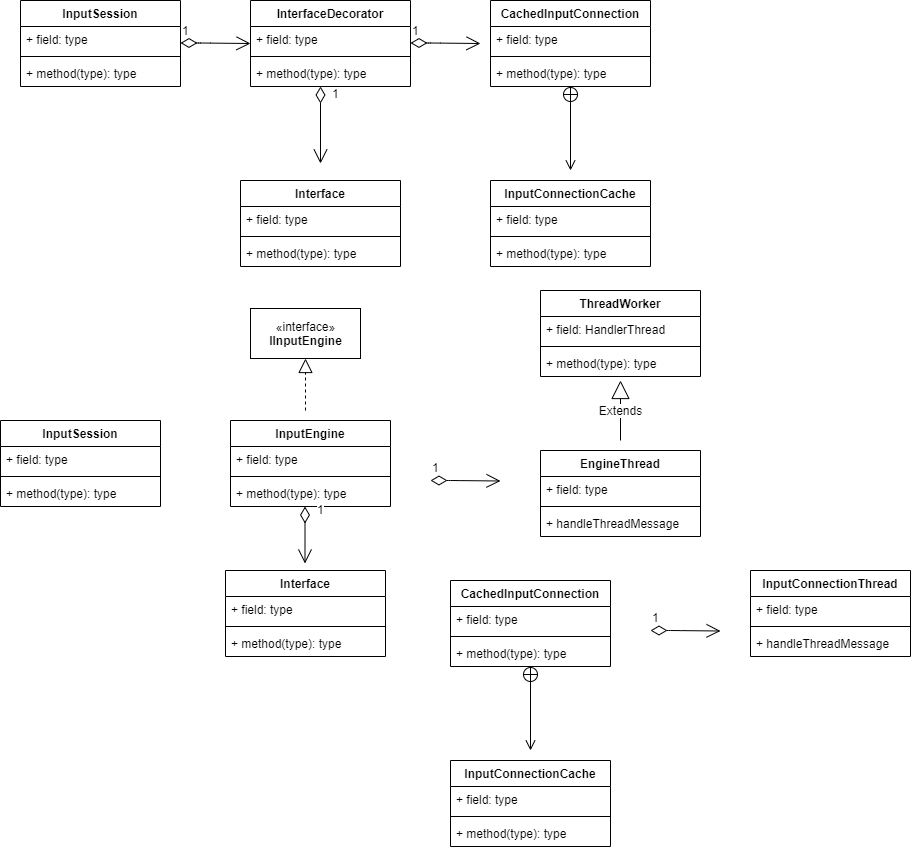
Above: input/foreign-input-improve.png in chonglv/charts (draw.io), before the change. Source tidied: cells renumbered, new cells last; positions are measured from the earlier drawing's top-left corner, leaving out a move shared by most shapes.
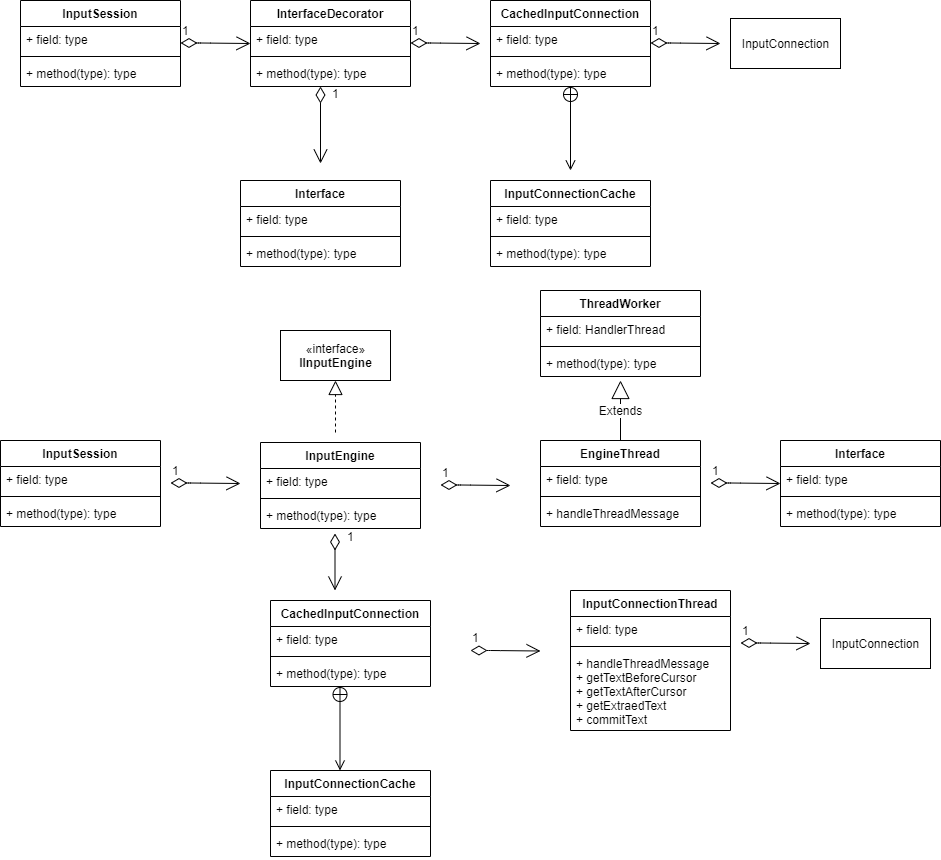
Later version of the same file.

Diff of the diagram source:
```diff
@@ -71,7 +71,7 @@
       </mxGeometry>
     </mxCell>
     <mxCell id="20" value="InputSession" style="swimlane;fontStyle=1;align=center;verticalAlign=top;horizontal=1;startSize=26;" parent="1" vertex="1">
-      <mxGeometry y="420" width="160" height="86" as="geometry" />
+      <mxGeometry y="440" width="160" height="86" as="geometry" />
     </mxCell>
     <mxCell id="21" value="+ field: type" style="text;strokeColor=none;fillColor=none;align=left;verticalAlign=top;spacingLeft=4;spacingRight=4;overflow=hidden;" parent="20" vertex="1">
       <mxGeometry y="26" width="160" height="26" as="geometry" />
@@ -104,7 +104,7 @@
       </mxGeometry>
     </mxCell>
     <mxCell id="29" value="InputEngine" style="swimlane;fontStyle=1;align=center;verticalAlign=top;horizontal=1;startSize=26;" parent="1" vertex="1">
-      <mxGeometry x="230" y="420" width="160" height="86" as="geometry" />
+      <mxGeometry x="260" y="442" width="160" height="86" as="geometry" />
     </mxCell>
     <mxCell id="30" value="+ field: type" style="text;strokeColor=none;fillColor=none;align=left;verticalAlign=top;spacingLeft=4;spacingRight=4;overflow=hidden;" parent="29" vertex="1">
       <mxGeometry y="26" width="160" height="26" as="geometry" />
@@ -128,15 +128,15 @@
       <mxGeometry y="60" width="160" height="26" as="geometry" />
     </mxCell>
     <mxCell id="37" value="«interface»&lt;br&gt;&lt;b&gt;IInputEngine&lt;/b&gt;" style="html=1;" parent="1" vertex="1">
-      <mxGeometry x="250" y="308" width="110" height="50" as="geometry" />
+      <mxGeometry x="280" y="330" width="110" height="50" as="geometry" />
     </mxCell>
     <mxCell id="38" style="endArrow=block;dashed=1;endFill=0;endSize=12;html=1;entryX=0.5;entryY=1;entryDx=0;entryDy=0;" parent="1" edge="1" target="37">
       <mxGeometry relative="1" as="geometry">
-        <mxPoint x="305" y="410" as="sourcePoint" />
+        <mxPoint x="335" y="432" as="sourcePoint" />
       </mxGeometry>
     </mxCell>
     <mxCell id="39" value="EngineThread" style="swimlane;fontStyle=1;align=center;verticalAlign=top;horizontal=1;startSize=26;" parent="1" vertex="1">
-      <mxGeometry x="540" y="450" width="160" height="86" as="geometry" />
+      <mxGeometry x="540" y="440" width="160" height="86" as="geometry" />
     </mxCell>
     <mxCell id="40" value="+ field: type" style="text;strokeColor=none;fillColor=none;align=left;verticalAlign=top;spacingLeft=4;spacingRight=4;overflow=hidden;" parent="39" vertex="1">
       <mxGeometry y="26" width="160" height="26" as="geometry" />
@@ -161,16 +161,16 @@
     </mxCell>
     <mxCell id="45" value="1" style="endArrow=open;html=1;endSize=12;startArrow=diamondThin;startSize=14;startFill=0;edgeStyle=orthogonalEdgeStyle;align=left;verticalAlign=bottom;" parent="1" edge="1">
       <mxGeometry x="-1" y="3" relative="1" as="geometry">
-        <mxPoint x="430" y="480" as="sourcePoint" />
-        <mxPoint x="500" y="480.5" as="targetPoint" />
+        <mxPoint x="440" y="484.5" as="sourcePoint" />
+        <mxPoint x="510" y="485" as="targetPoint" />
         <Array as="points">
-          <mxPoint x="450" y="480.5" />
-          <mxPoint x="450" y="480.5" />
+          <mxPoint x="460" y="485" />
+          <mxPoint x="460" y="485" />
         </Array>
       </mxGeometry>
     </mxCell>
     <mxCell id="46" value="Interface" style="swimlane;fontStyle=1;align=center;verticalAlign=top;horizontal=1;startSize=26;" parent="1" vertex="1">
-      <mxGeometry x="225" y="570" width="160" height="86" as="geometry" />
+      <mxGeometry x="780" y="440" width="160" height="86" as="geometry" />
     </mxCell>
     <mxCell id="47" value="+ field: type" style="text;strokeColor=none;fillColor=none;align=left;verticalAlign=top;spacingLeft=4;spacingRight=4;overflow=hidden;" parent="46" vertex="1">
       <mxGeometry y="26" width="160" height="26" as="geometry" />
@@ -183,16 +183,16 @@
     </mxCell>
     <mxCell id="50" value="1" style="endArrow=open;html=1;endSize=12;startArrow=diamondThin;startSize=14;startFill=0;edgeStyle=orthogonalEdgeStyle;align=left;verticalAlign=bottom;" parent="1" edge="1">
       <mxGeometry x="-0.56" y="10" relative="1" as="geometry">
-        <mxPoint x="304.5" y="506" as="sourcePoint" />
-        <mxPoint x="304.5" y="563" as="targetPoint" />
+        <mxPoint x="334.5" y="533" as="sourcePoint" />
+        <mxPoint x="334.5" y="590" as="targetPoint" />
         <Array as="points">
-          <mxPoint x="304.5" y="506" />
-          <mxPoint x="304.5" y="506" />
+          <mxPoint x="334.5" y="533" />
+          <mxPoint x="334.5" y="533" />
         </Array>
       </mxGeometry>
     </mxCell>
     <mxCell id="51" value="CachedInputConnection" style="swimlane;fontStyle=1;align=center;verticalAlign=top;horizontal=1;startSize=26;" parent="1" vertex="1">
-      <mxGeometry x="450" y="580" width="160" height="86" as="geometry" />
+      <mxGeometry x="270" y="600" width="160" height="86" as="geometry" />
     </mxCell>
     <mxCell id="52" value="+ field: type" style="text;strokeColor=none;fillColor=none;align=left;verticalAlign=top;spacingLeft=4;spacingRight=4;overflow=hidden;" parent="51" vertex="1">
       <mxGeometry y="26" width="160" height="26" as="geometry" />
@@ -204,7 +204,7 @@
       <mxGeometry y="60" width="160" height="26" as="geometry" />
     </mxCell>
     <mxCell id="55" value="InputConnectionCache" style="swimlane;fontStyle=1;align=center;verticalAlign=top;horizontal=1;startSize=26;" parent="1" vertex="1">
-      <mxGeometry x="450" y="760" width="160" height="86" as="geometry" />
+      <mxGeometry x="270" y="770" width="160" height="86" as="geometry" />
     </mxCell>
     <mxCell id="56" value="+ field: type" style="text;strokeColor=none;fillColor=none;align=left;verticalAlign=top;spacingLeft=4;spacingRight=4;overflow=hidden;" parent="55" vertex="1">
       <mxGeometry y="26" width="160" height="26" as="geometry" />
@@ -217,22 +217,22 @@
     </mxCell>
     <mxCell id="59" style="endArrow=open;startArrow=circlePlus;endFill=0;startFill=0;endSize=8;html=1;" parent="1" edge="1">
       <mxGeometry relative="1" as="geometry">
-        <mxPoint x="530" y="666" as="sourcePoint" />
-        <mxPoint x="530" y="750" as="targetPoint" />
+        <mxPoint x="339.5" y="686" as="sourcePoint" />
+        <mxPoint x="339.5" y="770" as="targetPoint" />
       </mxGeometry>
     </mxCell>
     <mxCell id="60" value="1" style="endArrow=open;html=1;endSize=12;startArrow=diamondThin;startSize=14;startFill=0;edgeStyle=orthogonalEdgeStyle;align=left;verticalAlign=bottom;" parent="1" edge="1">
       <mxGeometry x="-1" y="3" relative="1" as="geometry">
-        <mxPoint x="650" y="630" as="sourcePoint" />
-        <mxPoint x="720" y="630.5" as="targetPoint" />
+        <mxPoint x="470" y="650" as="sourcePoint" />
+        <mxPoint x="540" y="650.5" as="targetPoint" />
         <Array as="points">
-          <mxPoint x="670" y="630.5" />
-          <mxPoint x="670" y="630.5" />
+          <mxPoint x="490" y="650.5" />
+          <mxPoint x="490" y="650.5" />
         </Array>
       </mxGeometry>
     </mxCell>
     <mxCell id="61" value="InputConnectionThread" style="swimlane;fontStyle=1;align=center;verticalAlign=top;horizontal=1;startSize=26;" parent="1" vertex="1">
-      <mxGeometry x="750" y="570" width="160" height="86" as="geometry" />
+      <mxGeometry x="570" y="590" width="160" height="140" as="geometry" />
     </mxCell>
     <mxCell id="62" value="+ field: type" style="text;strokeColor=none;fillColor=none;align=left;verticalAlign=top;spacingLeft=4;spacingRight=4;overflow=hidden;" parent="61" vertex="1">
       <mxGeometry y="26" width="160" height="26" as="geometry" />
@@ -240,8 +240,54 @@
     <mxCell id="63" style="line;strokeWidth=1;fillColor=none;align=left;verticalAlign=middle;spacingTop=-1;spacingLeft=3;spacingRight=3;labelPosition=right;" parent="61" vertex="1">
       <mxGeometry y="52" width="160" height="8" as="geometry" />
     </mxCell>
-    <mxCell id="64" value="+ handleThreadMessage" style="text;strokeColor=none;fillColor=none;align=left;verticalAlign=top;spacingLeft=4;spacingRight=4;overflow=hidden;" parent="61" vertex="1">
-      <mxGeometry y="60" width="160" height="26" as="geometry" />
+    <mxCell id="64" value="+ handleThreadMessage&#10;+ getTextBeforeCursor&#10;+ getTextAfterCursor&#10;+ getExtraedText&#10;+ commitText" style="text;strokeColor=none;fillColor=none;align=left;verticalAlign=top;spacingLeft=4;spacingRight=4;overflow=hidden;" parent="61" vertex="1">
+      <mxGeometry y="60" width="160" height="80" as="geometry" />
     </mxCell>
+    <mxCell id="65" value="1" style="endArrow=open;html=1;endSize=12;startArrow=diamondThin;startSize=14;startFill=0;edgeStyle=orthogonalEdgeStyle;align=left;verticalAlign=bottom;" parent="1" edge="1">
+      <mxGeometry x="-1" y="3" relative="1" as="geometry">
+        <mxPoint x="170" y="482.5" as="sourcePoint" />
+        <mxPoint x="240" y="483" as="targetPoint" />
+        <Array as="points">
+          <mxPoint x="190" y="483" />
+          <mxPoint x="190" y="483" />
+        </Array>
+      </mxGeometry>
+    </mxCell>
+    <mxCell id="66" value="1" style="endArrow=open;html=1;endSize=12;startArrow=diamondThin;startSize=14;startFill=0;edgeStyle=orthogonalEdgeStyle;align=left;verticalAlign=bottom;" parent="1" edge="1">
+      <mxGeometry x="-1" y="3" relative="1" as="geometry">
+        <mxPoint x="710" y="482.5" as="sourcePoint" />
+        <mxPoint x="780" y="483" as="targetPoint" />
+        <Array as="points">
+          <mxPoint x="730" y="483" />
+          <mxPoint x="730" y="483" />
+        </Array>
+      </mxGeometry>
+    </mxCell>
+    <mxCell id="67" value="InputConnection" style="html=1;" parent="1" vertex="1">
+      <mxGeometry x="730" y="18" width="110" height="50" as="geometry" />
+    </mxCell>
+    <mxCell id="68" value="1" style="endArrow=open;html=1;endSize=12;startArrow=diamondThin;startSize=14;startFill=0;edgeStyle=orthogonalEdgeStyle;align=left;verticalAlign=bottom;" parent="1" edge="1">
+      <mxGeometry x="-1" y="3" relative="1" as="geometry">
+        <mxPoint x="650" y="42.5" as="sourcePoint" />
+        <mxPoint x="720" y="43" as="targetPoint" />
+        <Array as="points">
+          <mxPoint x="670" y="43" />
+          <mxPoint x="670" y="43" />
+        </Array>
+      </mxGeometry>
+    </mxCell>
+    <mxCell id="69" value="InputConnection" style="html=1;" parent="1" vertex="1">
+      <mxGeometry x="820" y="618" width="110" height="50" as="geometry" />
+    </mxCell>
+    <mxCell id="70" value="1" style="endArrow=open;html=1;endSize=12;startArrow=diamondThin;startSize=14;startFill=0;edgeStyle=orthogonalEdgeStyle;align=left;verticalAlign=bottom;" parent="1" edge="1">
+      <mxGeometry x="-1" y="3" relative="1" as="geometry">
+        <mxPoint x="740" y="642.5" as="sourcePoint" />
+        <mxPoint x="810" y="643" as="targetPoint" />
+        <Array as="points">
+          <mxPoint x="760" y="643" />
+          <mxPoint x="760" y="643" />
+        </Array>
+      </mxGeometry>
+    </mxCell>
   </root>
 </mxGraphModel>
```
